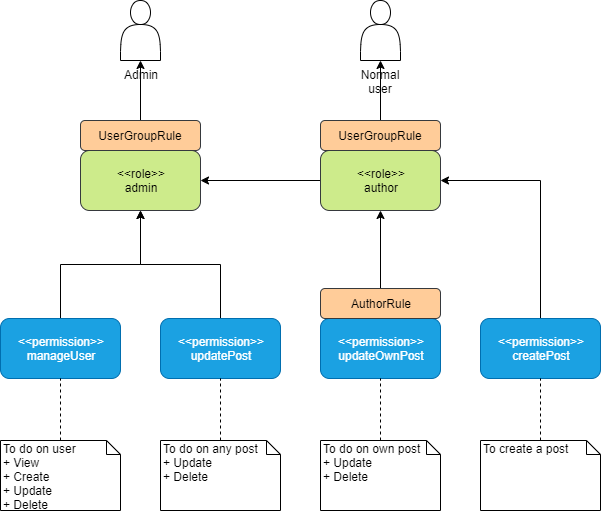
The draw.io diagram docs/tutorial/material/RBAC.png in umbalaconmeogia/yii2-rbac-tutorial, before a commit. Source tidied: cells renumbered, new cells last; positions are measured from the earlier drawing's top-left corner, leaving out a move shared by most shapes. Its diagram source:
```xml
<mxGraphModel>
  <root>
    <mxCell id="0" />
    <mxCell id="1" parent="0" />
    <mxCell id="2" value="Admin" style="shape=actor;whiteSpace=wrap;html=1;verticalAlign=top;labelPosition=center;verticalLabelPosition=bottom;align=center;" parent="1" vertex="1">
      <mxGeometry x="120" width="40" height="60" as="geometry" />
    </mxCell>
    <mxCell id="3" value="Normal user" style="shape=actor;whiteSpace=wrap;html=1;verticalAlign=top;labelPosition=center;verticalLabelPosition=bottom;align=center;" parent="1" vertex="1">
      <mxGeometry x="360" width="40" height="60" as="geometry" />
    </mxCell>
    <mxCell id="4" value="&amp;lt;&amp;lt;role&amp;gt;&amp;gt;&lt;br&gt;admin" style="rounded=1;whiteSpace=wrap;html=1;fillColor=#cdeb8b;strokeColor=#36393d;" parent="1" vertex="1">
      <mxGeometry x="80" y="150" width="120" height="60" as="geometry" />
    </mxCell>
    <mxCell id="5" style="edgeStyle=orthogonalEdgeStyle;rounded=0;jettySize=auto;html=1;entryX=1;entryY=0.5;entryDx=0;entryDy=0;" parent="1" edge="1" source="6" target="4">
      <mxGeometry relative="1" as="geometry" />
    </mxCell>
    <mxCell id="6" value="&amp;lt;&amp;lt;role&amp;gt;&amp;gt;&lt;br&gt;author" style="rounded=1;whiteSpace=wrap;html=1;fillColor=#cdeb8b;strokeColor=#36393d;" parent="1" vertex="1">
      <mxGeometry x="320" y="150" width="120" height="60" as="geometry" />
    </mxCell>
    <mxCell id="7" style="edgeStyle=orthogonalEdgeStyle;rounded=0;jettySize=auto;html=1;entryX=0.5;entryY=1;entryDx=0;entryDy=0;exitX=0.5;exitY=0;exitDx=0;exitDy=0;" parent="1" edge="1" source="19" target="6">
      <mxGeometry relative="1" as="geometry" />
    </mxCell>
    <mxCell id="8" style="edgeStyle=orthogonalEdgeStyle;rounded=0;jettySize=auto;html=1;entryX=1;entryY=0.5;entryDx=0;entryDy=0;" parent="1" edge="1" source="9" target="6">
      <mxGeometry relative="1" as="geometry">
        <Array as="points">
          <mxPoint x="540" y="180" />
        </Array>
      </mxGeometry>
    </mxCell>
    <mxCell id="9" value="&amp;lt;&amp;lt;permission&amp;gt;&amp;gt;&lt;br&gt;createPost" style="rounded=1;whiteSpace=wrap;html=1;fillColor=#1ba1e2;strokeColor=#006EAF;fontColor=#ffffff;" parent="1" vertex="1">
      <mxGeometry x="480" y="318" width="120" height="60" as="geometry" />
    </mxCell>
    <mxCell id="10" value="&amp;lt;&amp;lt;permission&amp;gt;&amp;gt;&lt;br&gt;updateOwnPost" style="rounded=1;whiteSpace=wrap;html=1;fillColor=#1ba1e2;strokeColor=#006EAF;fontColor=#ffffff;" parent="1" vertex="1">
      <mxGeometry x="320" y="318" width="120" height="60" as="geometry" />
    </mxCell>
    <mxCell id="11" style="edgeStyle=orthogonalEdgeStyle;rounded=0;jettySize=auto;html=1;entryX=0.5;entryY=1;entryDx=0;entryDy=0;" parent="1" edge="1" source="12" target="4">
      <mxGeometry relative="1" as="geometry" />
    </mxCell>
    <mxCell id="12" value="&amp;lt;&amp;lt;permission&amp;gt;&amp;gt;&lt;br&gt;updatePost" style="rounded=1;whiteSpace=wrap;html=1;fillColor=#1ba1e2;strokeColor=#006EAF;fontColor=#ffffff;" parent="1" vertex="1">
      <mxGeometry x="160" y="318" width="120" height="60" as="geometry" />
    </mxCell>
    <mxCell id="13" style="edgeStyle=orthogonalEdgeStyle;rounded=0;jettySize=auto;html=1;" parent="1" edge="1" source="14" target="2">
      <mxGeometry relative="1" as="geometry" />
    </mxCell>
    <mxCell id="14" value="UserGroupRule" style="rounded=1;whiteSpace=wrap;html=1;strokeColor=#36393d;fillColor=#ffcc99;" parent="1" vertex="1">
      <mxGeometry x="80" y="120" width="120" height="30" as="geometry" />
    </mxCell>
    <mxCell id="15" style="edgeStyle=orthogonalEdgeStyle;rounded=0;jettySize=auto;html=1;" parent="1" edge="1" source="16" target="3">
      <mxGeometry relative="1" as="geometry" />
    </mxCell>
    <mxCell id="16" value="UserGroupRule" style="rounded=1;whiteSpace=wrap;html=1;strokeColor=#36393d;fillColor=#ffcc99;" parent="1" vertex="1">
      <mxGeometry x="320" y="120" width="120" height="30" as="geometry" />
    </mxCell>
    <mxCell id="17" style="edgeStyle=orthogonalEdgeStyle;rounded=0;jettySize=auto;html=1;entryX=0.5;entryY=1;entryDx=0;entryDy=0;" parent="1" edge="1" source="18" target="4">
      <mxGeometry relative="1" as="geometry" />
    </mxCell>
    <mxCell id="18" value="&amp;lt;&amp;lt;permission&amp;gt;&amp;gt;&lt;br&gt;manageUser" style="rounded=1;whiteSpace=wrap;html=1;fillColor=#1ba1e2;strokeColor=#006EAF;fontColor=#ffffff;" parent="1" vertex="1">
      <mxGeometry y="318" width="120" height="60" as="geometry" />
    </mxCell>
    <mxCell id="19" value="AuthorRule" style="rounded=1;whiteSpace=wrap;html=1;strokeColor=#36393d;fillColor=#ffcc99;" parent="1" vertex="1">
      <mxGeometry x="320" y="288" width="120" height="30" as="geometry" />
    </mxCell>
    <mxCell id="20" value="To do on user&lt;br&gt;+ View&lt;br&gt;+ Create&lt;br&gt;+ Update&lt;br&gt;+ Delete" style="shape=note;whiteSpace=wrap;html=1;size=14;verticalAlign=top;align=left;spacingTop=-6;fontColor=#000000;" parent="1" vertex="1">
      <mxGeometry y="440" width="120" height="70" as="geometry" />
    </mxCell>
    <mxCell id="21" style="endArrow=none;dashed=1;html=1;fontColor=#000000;entryX=0.5;entryY=1;entryDx=0;entryDy=0;exitX=0.5;exitY=0;exitDx=0;exitDy=0;exitPerimeter=0;" parent="1" edge="1" source="20" target="18">
      <mxGeometry relative="1" as="geometry" />
    </mxCell>
    <mxCell id="22" value="To do on any post&lt;br&gt;+ Update&lt;br&gt;+ Delete" style="shape=note;whiteSpace=wrap;html=1;size=14;verticalAlign=top;align=left;spacingTop=-6;fontColor=#000000;" parent="1" vertex="1">
      <mxGeometry x="160" y="440" width="120" height="70" as="geometry" />
    </mxCell>
    <mxCell id="23" style="endArrow=none;dashed=1;html=1;fontColor=#000000;entryX=0.5;entryY=1;entryDx=0;entryDy=0;exitX=0.5;exitY=0;exitDx=0;exitDy=0;exitPerimeter=0;" parent="1" edge="1" source="22" target="12">
      <mxGeometry relative="1" as="geometry" />
    </mxCell>
    <mxCell id="24" value="To do on own post&lt;br&gt;+ Update&lt;br&gt;+ Delete" style="shape=note;whiteSpace=wrap;html=1;size=14;verticalAlign=top;align=left;spacingTop=-6;fontColor=#000000;" parent="1" vertex="1">
      <mxGeometry x="320" y="440" width="120" height="70" as="geometry" />
    </mxCell>
    <mxCell id="25" style="endArrow=none;dashed=1;html=1;fontColor=#000000;entryX=0.5;entryY=1;entryDx=0;entryDy=0;exitX=0.5;exitY=0;exitDx=0;exitDy=0;exitPerimeter=0;" parent="1" edge="1" source="24" target="10">
      <mxGeometry relative="1" as="geometry" />
    </mxCell>
    <mxCell id="26" value="To create a post" style="shape=note;whiteSpace=wrap;html=1;size=14;verticalAlign=top;align=left;spacingTop=-6;fontColor=#000000;" parent="1" vertex="1">
      <mxGeometry x="480" y="440" width="120" height="70" as="geometry" />
    </mxCell>
    <mxCell id="27" style="endArrow=none;dashed=1;html=1;fontColor=#000000;entryX=0.5;entryY=1;entryDx=0;entryDy=0;" parent="1" edge="1" source="26" target="9">
      <mxGeometry relative="1" as="geometry" />
    </mxCell>
  </root>
</mxGraphModel>
```
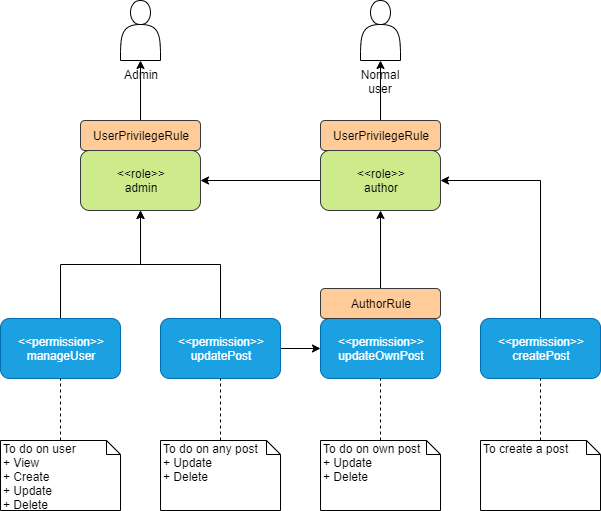
Later version of the same file.

Change to the diagram source:
```diff
@@ -36,21 +36,21 @@
     <mxCell id="11" style="edgeStyle=orthogonalEdgeStyle;rounded=0;jettySize=auto;html=1;entryX=0.5;entryY=1;entryDx=0;entryDy=0;" parent="1" edge="1" source="12" target="4">
       <mxGeometry relative="1" as="geometry" />
     </mxCell>
+    <mxCell id="28" style="edgeStyle=orthogonalEdgeStyle;rounded=0;jettySize=auto;html=1;entryX=0;entryY=0.5;entryDx=0;entryDy=0;" parent="1" edge="1" source="12" target="10">
+      <mxGeometry relative="1" as="geometry" />
+    </mxCell>
     <mxCell id="12" value="&amp;lt;&amp;lt;permission&amp;gt;&amp;gt;&lt;br&gt;updatePost" style="rounded=1;whiteSpace=wrap;html=1;fillColor=#1ba1e2;strokeColor=#006EAF;fontColor=#ffffff;" parent="1" vertex="1">
       <mxGeometry x="160" y="318" width="120" height="60" as="geometry" />
     </mxCell>
     <mxCell id="13" style="edgeStyle=orthogonalEdgeStyle;rounded=0;jettySize=auto;html=1;" parent="1" edge="1" source="14" target="2">
       <mxGeometry relative="1" as="geometry" />
     </mxCell>
-    <mxCell id="14" value="UserGroupRule" style="rounded=1;whiteSpace=wrap;html=1;strokeColor=#36393d;fillColor=#ffcc99;" parent="1" vertex="1">
+    <mxCell id="14" value="UserPrivilegeRule" style="rounded=1;whiteSpace=wrap;html=1;strokeColor=#36393d;fillColor=#ffcc99;" parent="1" vertex="1">
       <mxGeometry x="80" y="120" width="120" height="30" as="geometry" />
     </mxCell>
-    <mxCell id="15" style="edgeStyle=orthogonalEdgeStyle;rounded=0;jettySize=auto;html=1;" parent="1" edge="1" source="16" target="3">
+    <mxCell id="15" style="edgeStyle=orthogonalEdgeStyle;rounded=0;jettySize=auto;html=1;exitX=0.5;exitY=0;exitDx=0;exitDy=0;" parent="1" edge="1" source="29" target="3">
       <mxGeometry relative="1" as="geometry" />
     </mxCell>
-    <mxCell id="16" value="UserGroupRule" style="rounded=1;whiteSpace=wrap;html=1;strokeColor=#36393d;fillColor=#ffcc99;" parent="1" vertex="1">
-      <mxGeometry x="320" y="120" width="120" height="30" as="geometry" />
-    </mxCell>
     <mxCell id="17" style="edgeStyle=orthogonalEdgeStyle;rounded=0;jettySize=auto;html=1;entryX=0.5;entryY=1;entryDx=0;entryDy=0;" parent="1" edge="1" source="18" target="4">
       <mxGeometry relative="1" as="geometry" />
     </mxCell>
@@ -84,5 +84,8 @@
     <mxCell id="27" style="endArrow=none;dashed=1;html=1;fontColor=#000000;entryX=0.5;entryY=1;entryDx=0;entryDy=0;" parent="1" edge="1" source="26" target="9">
       <mxGeometry relative="1" as="geometry" />
     </mxCell>
+    <mxCell id="29" value="UserPrivilegeRule" style="rounded=1;whiteSpace=wrap;html=1;strokeColor=#36393d;fillColor=#ffcc99;" parent="1" vertex="1">
+      <mxGeometry x="320" y="120" width="120" height="30" as="geometry" />
+    </mxCell>
   </root>
 </mxGraphModel>
```
